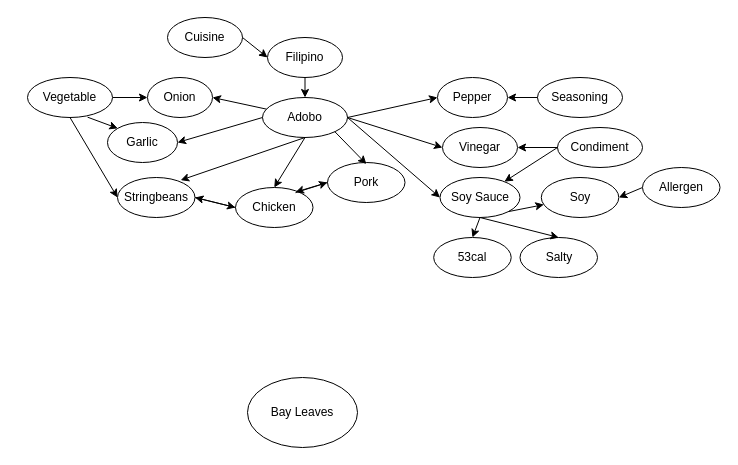
Above: KnowledGraph.drawio in MonaJea-Ng/Projects (draw.io), before the change. Source tidied: cells renumbered, new cells numbered last; positions are measured from the earlier drawing's top-left corner, leaving out a move shared by most shapes. Both pictures are drawn from the tidied source at 100%, with x=0, y=0 at pixel (27, 17).
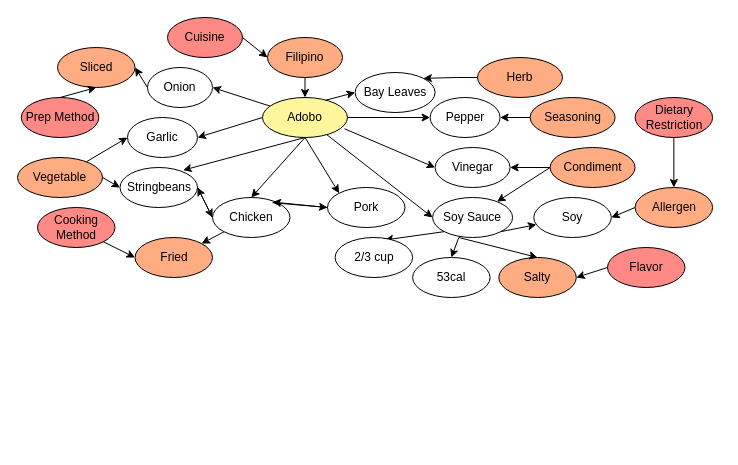
After the change.

The edit, as a diff of the source:
```diff
@@
-    <mxCell id="2" value="Adobo" style="ellipse;whiteSpace=wrap;html=1;" parent="1" vertex="1">
+    <mxCell id="2" value="Adobo" style="ellipse;whiteSpace=wrap;html=1;fillColor=#FFF59C;" parent="1" vertex="1">
       <mxGeometry x="235" y="80" width="85" height="40" as="geometry" />
     </mxCell>
-    <mxCell id="3" value="Filipino" style="ellipse;whiteSpace=wrap;html=1;" parent="1" vertex="1">
+    <mxCell id="3" value="Filipino" style="ellipse;whiteSpace=wrap;html=1;fillColor=#FFAC82;" parent="1" vertex="1">
       <mxGeometry x="240" y="20" width="75" height="40" as="geometry" />
     </mxCell>
     <mxCell id="4" value="Chicken" style="ellipse;whiteSpace=wrap;html=1;" parent="1" vertex="1">
-      <mxGeometry x="208" y="170" width="77.5" height="40" as="geometry" />
+      <mxGeometry x="185" y="180" width="77.5" height="40" as="geometry" />
     </mxCell>
     <mxCell id="5" value="Soy Sauce" style="ellipse;whiteSpace=wrap;html=1;" parent="1" vertex="1">
-      <mxGeometry x="412.5" y="160" width="80" height="40" as="geometry" />
+      <mxGeometry x="405.1" y="180" width="80" height="40" as="geometry" />
     </mxCell>
     <mxCell id="6" value="Vinegar" style="ellipse;whiteSpace=wrap;html=1;" parent="1" vertex="1">
-      <mxGeometry x="415" y="110" width="75" height="40" as="geometry" />
+      <mxGeometry x="407.6" y="130" width="75" height="40" as="geometry" />
     </mxCell>
     <mxCell id="7" value="Bay Leaves" style="ellipse;whiteSpace=wrap;html=1;" parent="1" vertex="1">
-      <mxGeometry x="220" y="360" width="110" height="70" as="geometry" />
+      <mxGeometry x="327.6" y="55" width="80" height="40" as="geometry" />
     </mxCell>
     <mxCell id="8" value="Onion" style="ellipse;whiteSpace=wrap;html=1;" parent="1" vertex="1">
-      <mxGeometry x="120" y="60" width="65" height="40" as="geometry" />
+      <mxGeometry x="120" y="50" width="65" height="40" as="geometry" />
     </mxCell>
     <mxCell id="9" value="Garlic" style="ellipse;whiteSpace=wrap;html=1;" parent="1" vertex="1">
-      <mxGeometry x="80" y="105" width="70" height="40" as="geometry" />
+      <mxGeometry x="100" y="100" width="70" height="40" as="geometry" />
     </mxCell>
     <mxCell id="10" value="Pepper" style="ellipse;whiteSpace=wrap;html=1;" parent="1" vertex="1">
-      <mxGeometry x="410" y="60" width="70" height="40" as="geometry" />
+      <mxGeometry x="402.6" y="80" width="70" height="40" as="geometry" />
     </mxCell>
@@
-    <mxCell id="13" value="Condiment" style="ellipse;whiteSpace=wrap;html=1;" parent="1" vertex="1">
-      <mxGeometry x="530" y="110" width="85" height="40" as="geometry" />
+    <mxCell id="13" value="Condiment" style="ellipse;whiteSpace=wrap;html=1;fillColor=#FFAC82;" parent="1" vertex="1">
+      <mxGeometry x="522.6" y="130" width="85" height="40" as="geometry" />
     </mxCell>
@@
-    <mxCell id="16" style="endArrow=classic;html=1;rounded=0;exitX=1;exitY=0.5;exitDx=0;exitDy=0;entryX=0;entryY=0.5;entryDx=0;entryDy=0;" parent="1" edge="1" source="2" target="6">
+    <mxCell id="16" style="endArrow=classic;html=1;rounded=0;exitX=0.965;exitY=0.782;exitDx=0;exitDy=0;entryX=0;entryY=0.5;entryDx=0;entryDy=0;exitPerimeter=0;" parent="1" edge="1" source="2" target="6">
       <mxGeometry relative="1" as="geometry" />
     </mxCell>
-    <mxCell id="17" style="endArrow=classic;html=1;rounded=0;exitX=1;exitY=0.5;exitDx=0;exitDy=0;entryX=0;entryY=0.5;entryDx=0;entryDy=0;" parent="1" edge="1" source="2" target="5">
+    <mxCell id="17" style="endArrow=classic;html=1;rounded=0;entryX=0;entryY=0.5;entryDx=0;entryDy=0;" parent="1" edge="1" source="2" target="5">
       <mxGeometry relative="1" as="geometry" />
     </mxCell>
     <mxCell id="18" value="Pork" style="ellipse;whiteSpace=wrap;html=1;" parent="1" vertex="1">
-      <mxGeometry x="300" y="145" width="77.5" height="40" as="geometry" />
+      <mxGeometry x="300" y="170" width="77.5" height="40" as="geometry" />
     </mxCell>
@@
-    <mxCell id="21" value="Seasoning" style="ellipse;whiteSpace=wrap;html=1;" parent="1" vertex="1">
-      <mxGeometry x="510" y="60" width="85" height="40" as="geometry" />
+    <mxCell id="21" value="Seasoning" style="ellipse;whiteSpace=wrap;html=1;fillColor=#FFAC82;" parent="1" vertex="1">
+      <mxGeometry x="502.6" y="80" width="85" height="40" as="geometry" />
     </mxCell>
@@
     <mxCell id="24" value="Stringbeans" style="ellipse;whiteSpace=wrap;html=1;" parent="1" vertex="1">
-      <mxGeometry x="90" y="160" width="77.5" height="40" as="geometry" />
+      <mxGeometry x="92.5" y="150" width="77.5" height="40" as="geometry" />
     </mxCell>
@@
-    <mxCell id="26" style="edgeStyle=orthogonalEdgeStyle;rounded=0;jettySize=auto;html=1;exitX=1;exitY=0.5;exitDx=0;exitDy=0;" parent="1" edge="1" source="27" target="8">
-      <mxGeometry relative="1" as="geometry" />
-    </mxCell>
-    <mxCell id="27" value="Vegetable" style="ellipse;whiteSpace=wrap;html=1;" parent="1" vertex="1">
-      <mxGeometry y="60" width="85" height="40" as="geometry" />
+    <mxCell id="27" value="Vegetable" style="ellipse;whiteSpace=wrap;html=1;fillColor=#FFAC82;" parent="1" vertex="1">
+      <mxGeometry x="-10" y="140" width="85" height="40" as="geometry" />
     </mxCell>
-    <mxCell id="28" style="endArrow=classic;html=1;rounded=0;exitX=0.707;exitY=0.992;exitDx=0;exitDy=0;entryX=0;entryY=0;entryDx=0;entryDy=0;exitPerimeter=0;" parent="1" edge="1" source="27" target="9">
+    <mxCell id="28" style="endArrow=classic;html=1;rounded=0;entryX=0;entryY=0.5;entryDx=0;entryDy=0;" parent="1" edge="1" source="27" target="9">
       <mxGeometry relative="1" as="geometry" />
     </mxCell>
@@
-    <mxCell id="31" style="endArrow=classic;html=1;rounded=0;entryX=0;entryY=0.5;entryDx=0;entryDy=0;exitX=0.5;exitY=1;exitDx=0;exitDy=0;" parent="1" edge="1" source="27" target="24">
+    <mxCell id="31" style="endArrow=classic;html=1;rounded=0;entryX=0;entryY=0.5;entryDx=0;entryDy=0;exitX=1;exitY=0.5;exitDx=0;exitDy=0;" parent="1" edge="1" source="27" target="24">
       <mxGeometry relative="1" as="geometry" />
     </mxCell>
@@
-    <mxCell id="34" style="endArrow=classic;html=1;rounded=0;exitX=1;exitY=1;exitDx=0;exitDy=0;entryX=0.502;entryY=0.039;entryDx=0;entryDy=0;entryPerimeter=0;" parent="1" edge="1" source="2" target="18">
+    <mxCell id="34" style="endArrow=classic;html=1;rounded=0;exitX=0.5;exitY=1;exitDx=0;exitDy=0;entryX=0;entryY=0;entryDx=0;entryDy=0;" parent="1" edge="1" source="2" target="18">
       <mxGeometry relative="1" as="geometry" />
     </mxCell>
-    <mxCell id="35" value="Cuisine" style="ellipse;whiteSpace=wrap;html=1;" parent="1" vertex="1">
+    <mxCell id="35" value="Cuisine" style="ellipse;whiteSpace=wrap;html=1;fillColor=#FF8985;" parent="1" vertex="1">
       <mxGeometry x="140" width="75" height="40" as="geometry" />
     </mxCell>
@@
     <mxCell id="37" value="Soy" style="ellipse;whiteSpace=wrap;html=1;" parent="1" vertex="1">
-      <mxGeometry x="513.8" y="160" width="77.5" height="40" as="geometry" />
+      <mxGeometry x="506.3" y="180" width="77.5" height="40" as="geometry" />
     </mxCell>
-    <mxCell id="38" value="Allergen" style="ellipse;whiteSpace=wrap;html=1;" parent="1" vertex="1">
-      <mxGeometry x="615" y="150" width="77.5" height="40" as="geometry" />
+    <mxCell id="38" value="Allergen" style="ellipse;whiteSpace=wrap;html=1;fillColor=#FFAC82;" parent="1" vertex="1">
+      <mxGeometry x="607.6" y="170" width="77.5" height="40" as="geometry" />
     </mxCell>
@@
-    <mxCell id="40" value="Salty" style="ellipse;whiteSpace=wrap;html=1;" parent="1" vertex="1">
-      <mxGeometry x="492.5" y="220" width="77.5" height="40" as="geometry" />
+    <mxCell id="40" value="Salty" style="ellipse;whiteSpace=wrap;html=1;fillColor=#FFAC82;" parent="1" vertex="1">
+      <mxGeometry x="471.3" y="240" width="77.5" height="40" as="geometry" />
     </mxCell>
-    <mxCell id="41" style="endArrow=classic;html=1;rounded=0;exitX=0.5;exitY=1;exitDx=0;exitDy=0;entryX=0.5;entryY=0;entryDx=0;entryDy=0;" parent="1" edge="1" source="5" target="40">
-      <mxGeometry relative="1" as="geometry" />
+    <mxCell id="41" style="endArrow=classic;html=1;rounded=0;exitX=0.5;exitY=1;exitDx=0;exitDy=0;entryX=0.5;entryY=0;entryDx=0;entryDy=0;" parent="1" edge="1" target="40">
+      <mxGeometry relative="1" as="geometry">
+        <mxPoint x="431.3" y="220" as="sourcePoint" />
+      </mxGeometry>
     </mxCell>
@@
     <mxCell id="43" value="53cal" style="ellipse;whiteSpace=wrap;html=1;" parent="1" vertex="1">
-      <mxGeometry x="406.2" y="220" width="77.5" height="40" as="geometry" />
+      <mxGeometry x="385.1" y="240" width="77.5" height="40" as="geometry" />
     </mxCell>
-    <mxCell id="44" style="endArrow=classic;html=1;rounded=0;exitX=0.5;exitY=1;exitDx=0;exitDy=0;entryX=0.5;entryY=0;entryDx=0;entryDy=0;" parent="1" edge="1" source="5" target="43">
+    <mxCell id="44" style="endArrow=classic;html=1;rounded=0;exitX=0;exitY=1;exitDx=0;exitDy=0;entryX=0.641;entryY=0.062;entryDx=0;entryDy=0;entryPerimeter=0;" parent="1" edge="1" source="5" target="45">
       <mxGeometry relative="1" as="geometry" />
     </mxCell>
+    <mxCell id="45" value="2/3 cup" style="ellipse;whiteSpace=wrap;html=1;" parent="1" vertex="1">
+      <mxGeometry x="307.6" y="220" width="77.5" height="40" as="geometry" />
+    </mxCell>
+    <mxCell id="46" style="endArrow=classic;html=1;rounded=0;exitX=0.5;exitY=1;exitDx=0;exitDy=0;entryX=0.5;entryY=0;entryDx=0;entryDy=0;" parent="1" edge="1" target="43">
+      <mxGeometry relative="1" as="geometry">
+        <mxPoint x="431.3" y="220" as="sourcePoint" />
+      </mxGeometry>
+    </mxCell>
+    <mxCell id="47" value="Fried" style="ellipse;whiteSpace=wrap;html=1;fillColor=#FFAC82;" parent="1" vertex="1">
+      <mxGeometry x="107.5" y="220" width="77.5" height="40" as="geometry" />
+    </mxCell>
+    <mxCell id="48" style="endArrow=classic;html=1;rounded=0;exitX=0;exitY=1;exitDx=0;exitDy=0;" parent="1" edge="1" source="4" target="47">
+      <mxGeometry relative="1" as="geometry" />
+    </mxCell>
+    <mxCell id="49" value="Cooking Method" style="ellipse;whiteSpace=wrap;html=1;fillColor=#FF8985;" parent="1" vertex="1">
+      <mxGeometry x="10" y="190" width="77.5" height="40" as="geometry" />
+    </mxCell>
+    <mxCell id="50" value="Prep Method" style="ellipse;whiteSpace=wrap;html=1;fillColor=#FF8985;" parent="1" vertex="1">
+      <mxGeometry x="-6.2" y="80" width="77.5" height="40" as="geometry" />
+    </mxCell>
+    <mxCell id="51" value="Sliced" style="ellipse;whiteSpace=wrap;html=1;fillColor=#FFAC82;" parent="1" vertex="1">
+      <mxGeometry x="30" y="30" width="77.5" height="40" as="geometry" />
+    </mxCell>
+    <mxCell id="52" style="endArrow=classic;html=1;rounded=0;entryX=0.5;entryY=1;entryDx=0;entryDy=0;exitX=0.5;exitY=0;exitDx=0;exitDy=0;" parent="1" edge="1" source="50" target="51">
+      <mxGeometry relative="1" as="geometry" />
+    </mxCell>
+    <mxCell id="53" style="endArrow=classic;html=1;rounded=0;entryX=1;entryY=0.5;entryDx=0;entryDy=0;exitX=0;exitY=0.5;exitDx=0;exitDy=0;" parent="1" edge="1" source="8" target="51">
+      <mxGeometry relative="1" as="geometry" />
+    </mxCell>
+    <mxCell id="54" style="endArrow=classic;html=1;rounded=0;exitX=0.743;exitY=0.068;exitDx=0;exitDy=0;entryX=0;entryY=0.5;entryDx=0;entryDy=0;exitPerimeter=0;" parent="1" edge="1" source="2" target="7">
+      <mxGeometry relative="1" as="geometry" />
+    </mxCell>
+    <mxCell id="55" style="edgeStyle=orthogonalEdgeStyle;rounded=0;jettySize=auto;html=1;exitX=0;exitY=0.5;exitDx=0;exitDy=0;entryX=1;entryY=0;entryDx=0;entryDy=0;" parent="1" edge="1" source="56" target="7">
+      <mxGeometry relative="1" as="geometry" />
+    </mxCell>
+    <mxCell id="56" value="Herb" style="ellipse;whiteSpace=wrap;html=1;fillColor=#FFAC82;" parent="1" vertex="1">
+      <mxGeometry x="450" y="40" width="85" height="40" as="geometry" />
+    </mxCell>
+    <mxCell id="57" style="endArrow=classic;html=1;rounded=0;exitX=1;exitY=1;exitDx=0;exitDy=0;entryX=0;entryY=0.5;entryDx=0;entryDy=0;" parent="1" edge="1" source="49" target="47">
+      <mxGeometry relative="1" as="geometry" />
+    </mxCell>
+    <mxCell id="58" style="endArrow=classic;html=1;rounded=0;exitX=0.5;exitY=1;exitDx=0;exitDy=0;" parent="1" edge="1" source="59" target="38">
+      <mxGeometry relative="1" as="geometry" />
+    </mxCell>
+    <mxCell id="59" value="Dietary Restriction" style="ellipse;whiteSpace=wrap;html=1;fillColor=#FF8985;" parent="1" vertex="1">
+      <mxGeometry x="607.6" y="80" width="77.5" height="40" as="geometry" />
+    </mxCell>
+    <mxCell id="60" value="Flavor" style="ellipse;whiteSpace=wrap;html=1;fillColor=#FF8985;" parent="1" vertex="1">
+      <mxGeometry x="580" y="230" width="77.5" height="40" as="geometry" />
+    </mxCell>
+    <mxCell id="61" style="endArrow=classic;html=1;rounded=0;entryX=1;entryY=0.5;entryDx=0;entryDy=0;exitX=0;exitY=0.5;exitDx=0;exitDy=0;" parent="1" edge="1" source="60" target="40">
+      <mxGeometry relative="1" as="geometry" />
+    </mxCell>
```
